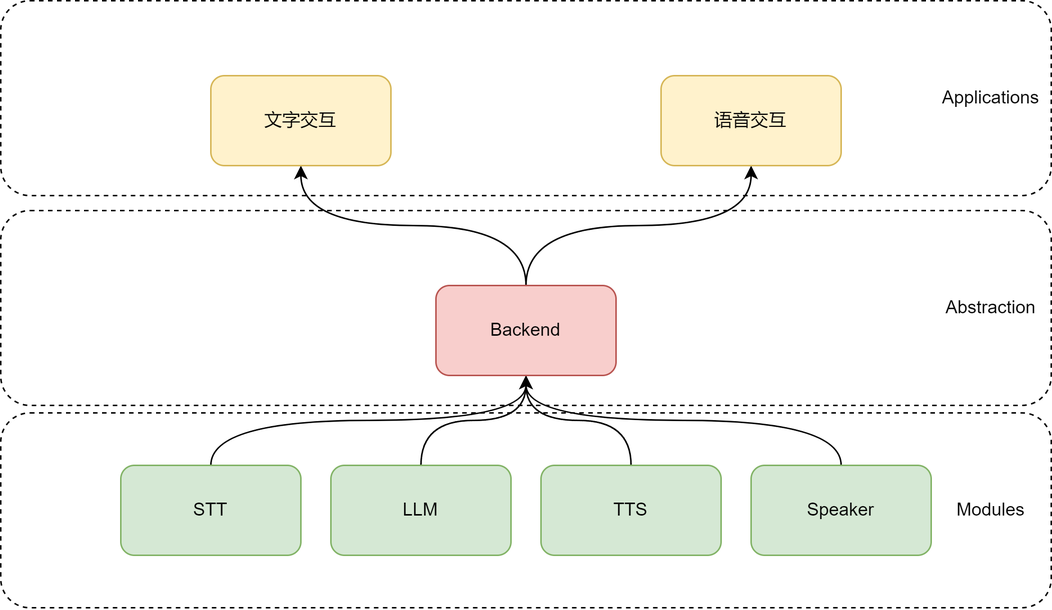
Before: arch/stack of tech.png, a diagram exported from draw.io (480284856/AsyncAudioChat). Source tidied: cells renumbered, new cells last; positions are measured from the earlier drawing's top-left corner, leaving out a move shared by most shapes.
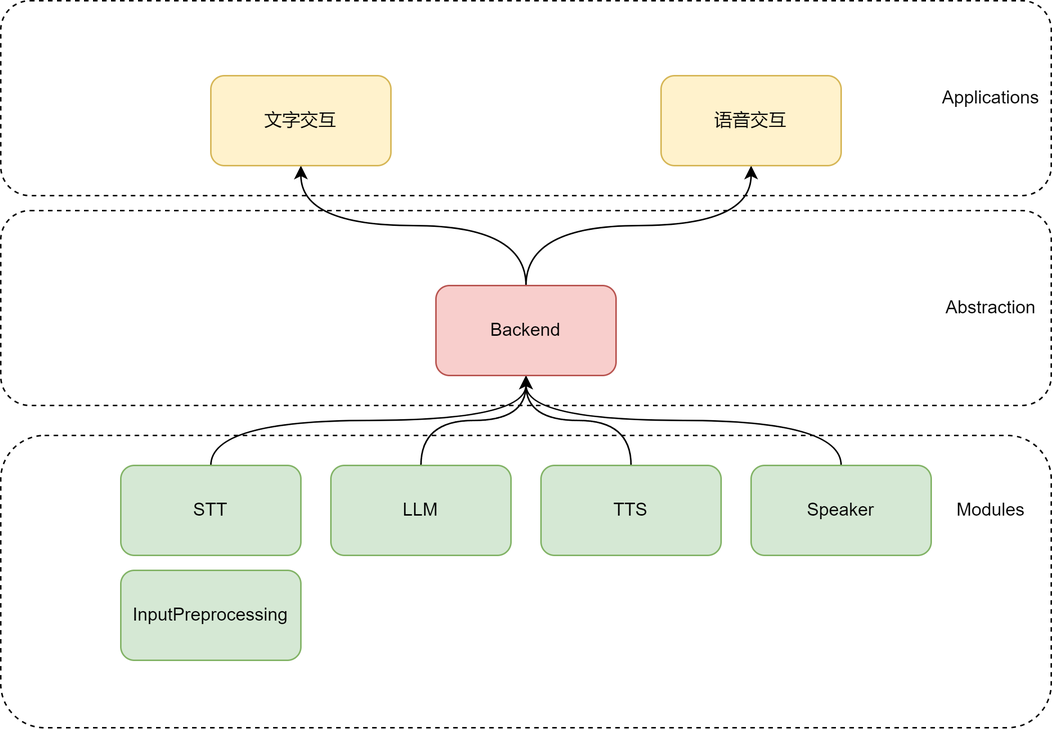
Later version of the same file.

Change to the diagram source:
```diff
@@ -9,7 +9,7 @@
       <mxGeometry y="140" width="700" height="130" as="geometry" />
     </mxCell>
     <mxCell id="4" style="rounded=1;whiteSpace=wrap;html=1;dashed=1;" parent="1" vertex="1">
-      <mxGeometry y="275" width="700" height="130" as="geometry" />
+      <mxGeometry y="290" width="700" height="195" as="geometry" />
     </mxCell>
     <mxCell id="5" style="edgeStyle=orthogonalEdgeStyle;rounded=0;jettySize=auto;html=1;entryX=0.5;entryY=1;entryDx=0;entryDy=0;exitX=0.5;exitY=0;exitDx=0;exitDy=0;curved=1;" parent="1" edge="1" source="6" target="15">
       <mxGeometry relative="1" as="geometry" />
@@ -59,5 +59,8 @@
     <mxCell id="20" value="Modules" style="text;html=1;align=center;verticalAlign=middle;whiteSpace=wrap;rounded=0;" parent="1" vertex="1">
       <mxGeometry x="630" y="325" width="60" height="30" as="geometry" />
     </mxCell>
+    <mxCell id="21" value="InputPreprocessing" style="rounded=1;whiteSpace=wrap;html=1;fillColor=#d5e8d4;strokeColor=#82b366;" parent="1" vertex="1">
+      <mxGeometry x="80" y="380" width="120" height="60" as="geometry" />
+    </mxCell>
   </root>
 </mxGraphModel>
```
